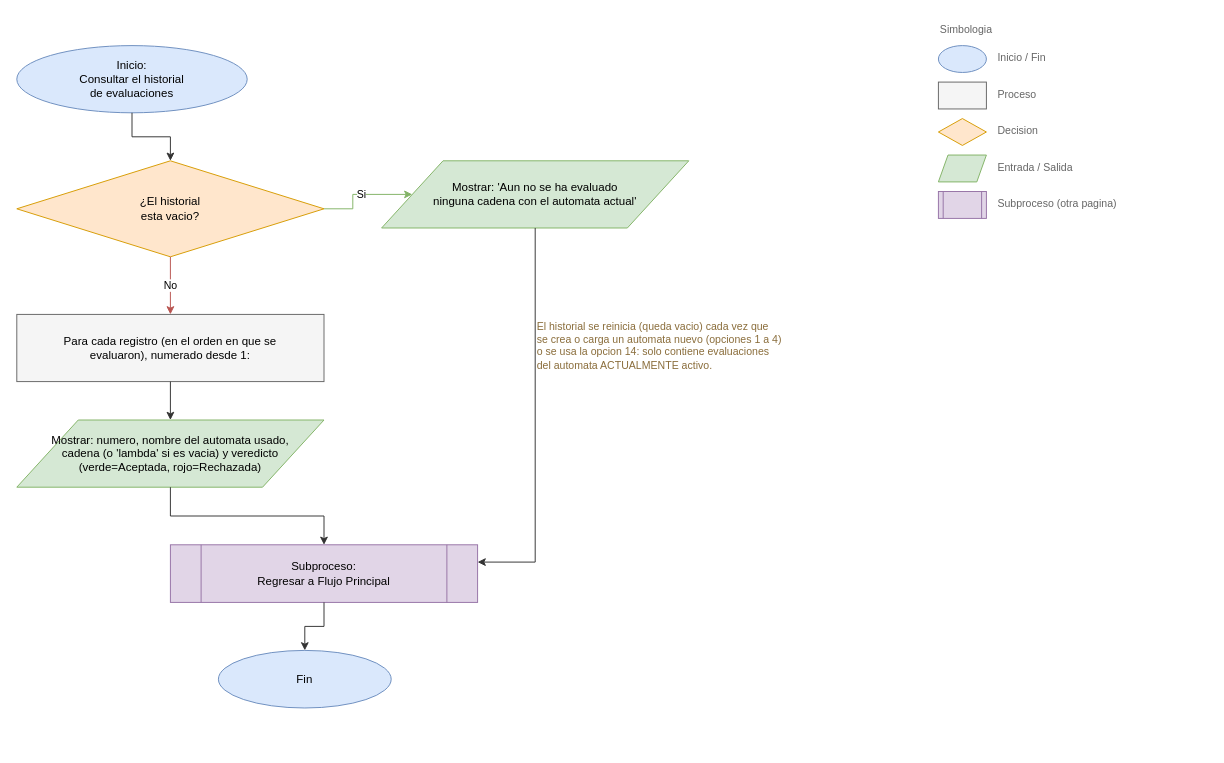
This is Proyecto 2/Documentacion/diagramas/12_Consultar_historial.drawio from rodruiz03/Proyecto_LFA, a draw.io file, before an edit. Source tidied: cells renumbered, new cells numbered last; positions are measured from the earlier drawing's top-left corner, leaving out a move shared by most shapes. Both pictures are drawn from the tidied source at 96%, with x=0, y=0 at pixel (16, 16).
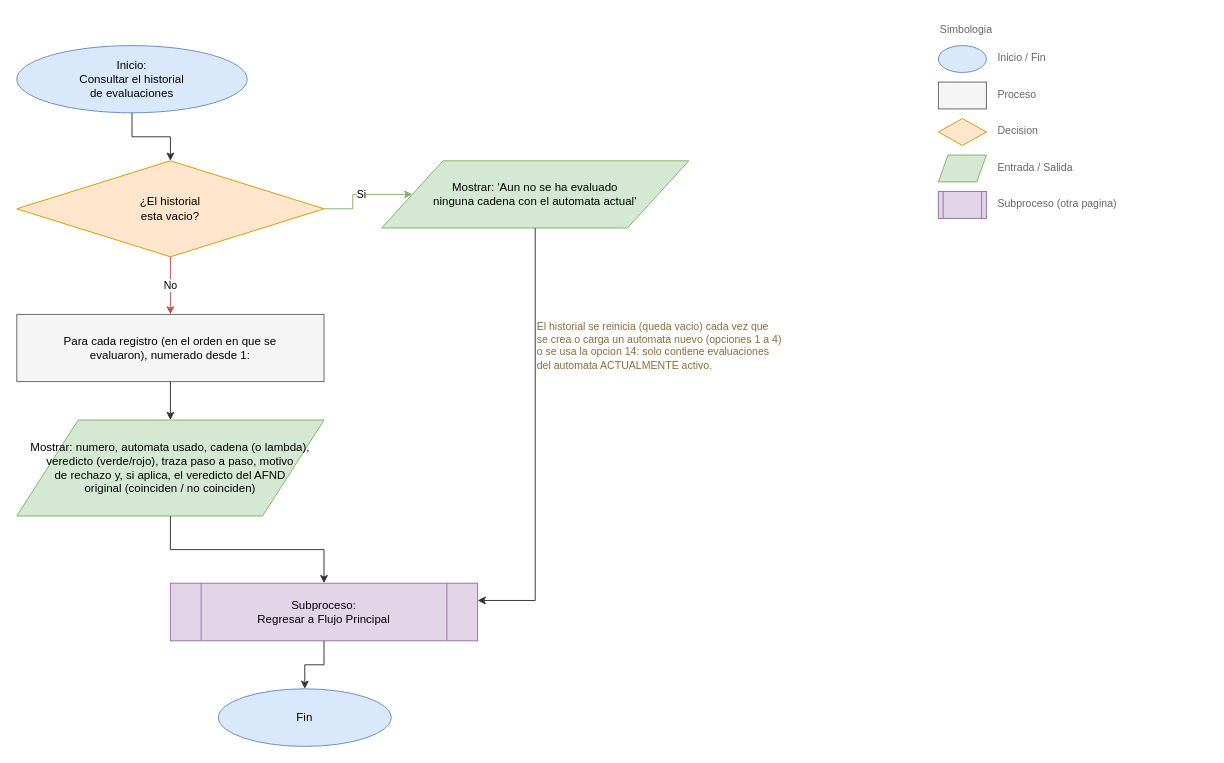
The same page after the edit.

Change to the diagram source:
```diff
@@
-    <mxCell id="9" value="Mostrar: numero, nombre del automata usado,&#10;cadena (o 'lambda' si es vacia) y veredicto&#10;(verde=Aceptada, rojo=Rechazada)" style="shape=parallelogram;perimeter=parallelogramPerimeter;whiteSpace=wrap;html=1;fillColor=#d5e8d4;strokeColor=#82b366;fontSize=12;align=center;" parent="1" vertex="1">
-      <mxGeometry y="420" width="320" height="70" as="geometry" />
+    <mxCell id="9" value="Mostrar: numero, automata usado, cadena (o lambda),&#10;veredicto (verde/rojo), traza paso a paso, motivo&#10;de rechazo y, si aplica, el veredicto del AFND&#10;original (coinciden / no coinciden)" style="shape=parallelogram;perimeter=parallelogramPerimeter;whiteSpace=wrap;html=1;fillColor=#d5e8d4;strokeColor=#82b366;fontSize=12;align=center;" parent="1" vertex="1">
+      <mxGeometry y="420" width="320" height="100" as="geometry" />
     </mxCell>
@@
     <mxCell id="11" value="Subproceso:&#10;Regresar a Flujo Principal" style="shape=process;whiteSpace=wrap;html=1;fillColor=#e1d5e7;strokeColor=#9673a6;fontSize=12;align=center;" parent="1" vertex="1">
-      <mxGeometry x="160" y="550" width="320" height="60" as="geometry" />
+      <mxGeometry x="160" y="590" width="320" height="60" as="geometry" />
     </mxCell>
@@
     <mxCell id="14" value="Fin" style="ellipse;whiteSpace=wrap;html=1;fillColor=#dae8fc;strokeColor=#6c8ebf;fontSize=12;" parent="1" vertex="1">
-      <mxGeometry x="210" y="660" width="180" height="60" as="geometry" />
+      <mxGeometry x="210" y="700" width="180" height="60" as="geometry" />
     </mxCell>
```
